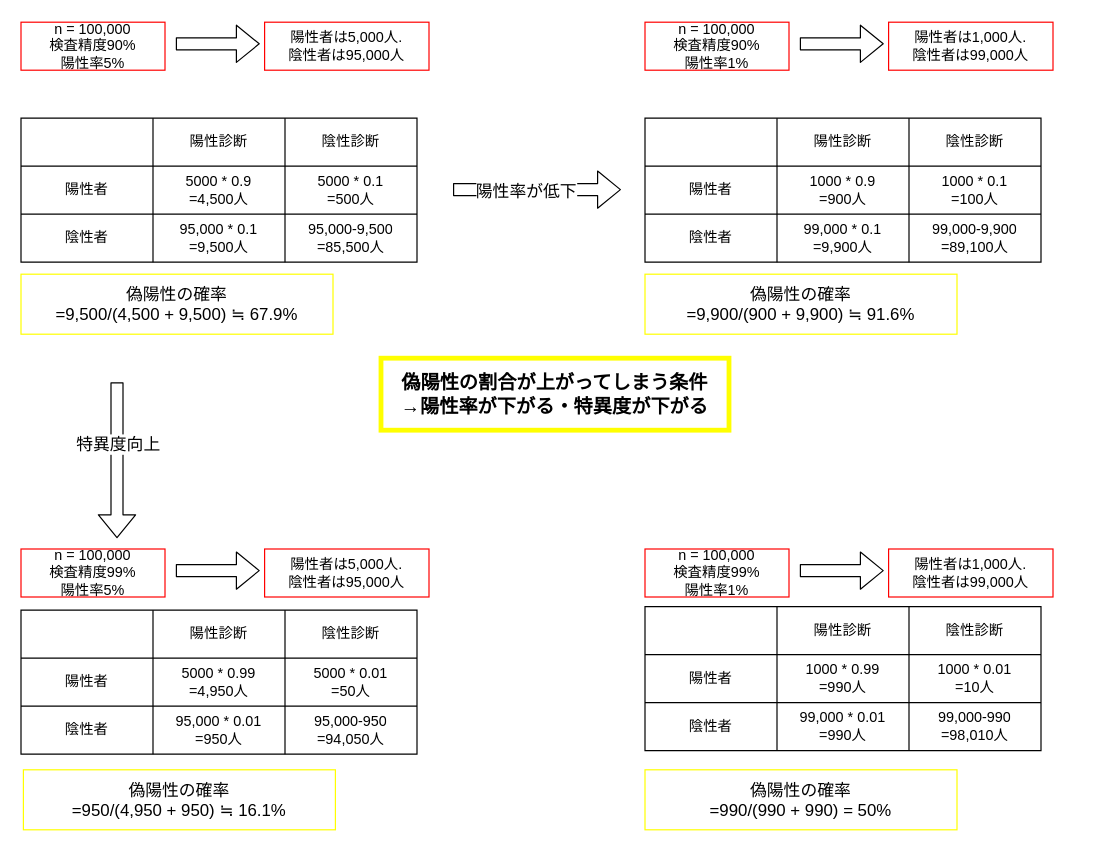
Earlier version of the draw.io diagram page "条件付き確率" (3 of 3) of graph.dio (I-Kouta/Python2). Source tidied: cells renumbered, new cells numbered last; positions are measured from the earlier drawing's top-left corner, leaving out a move shared by most shapes. Both pictures are drawn from the tidied source at 120%, with x=0, y=0 at pixel (20, 22).
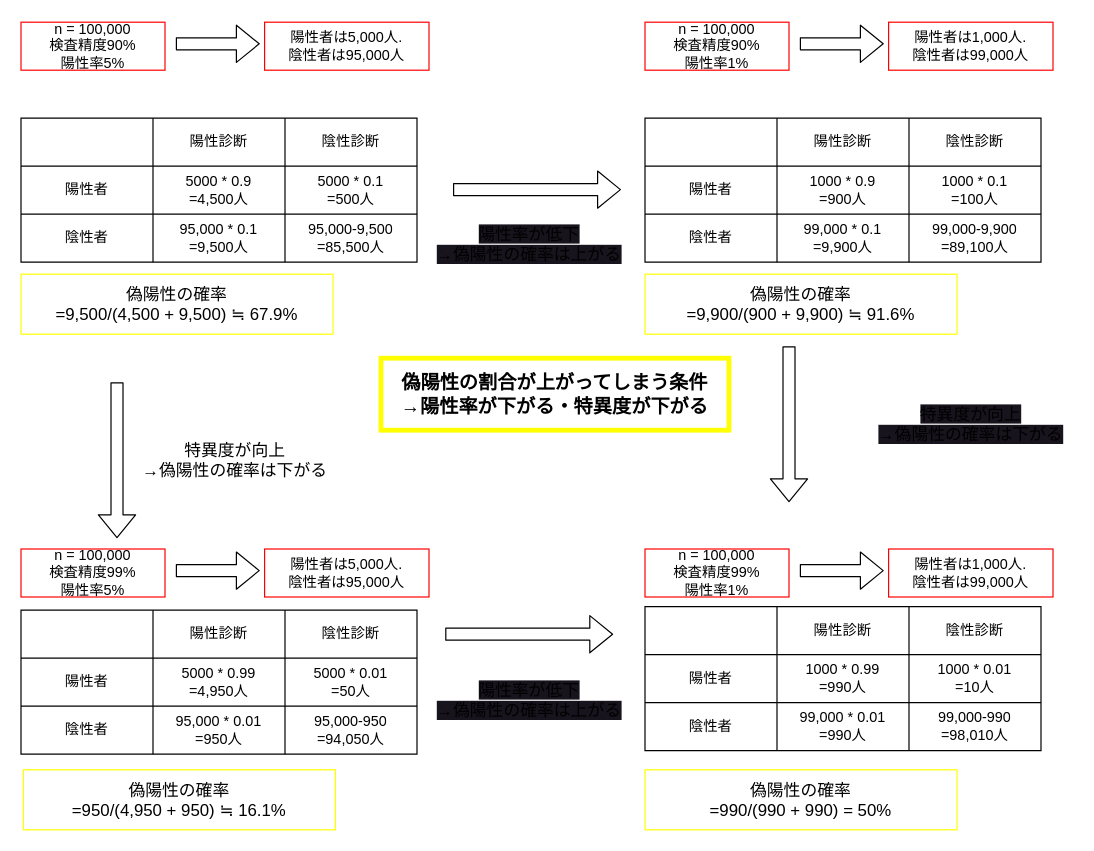
Above is the later version.

Commit message:
ER図文字更新

Unchanged cells that the change refers to:
```xml
<mxCell id="32" style="shape=flexArrow;endArrow=classic;html=1;fontSize=14;" parent="1" edge="1">
  <mxGeometry relative="1" as="geometry">
    <mxPoint x="360" y="139.5" as="sourcePoint" />
    <mxPoint x="500" y="139.5" as="targetPoint" />
  </mxGeometry>
</mxCell>
<mxCell id="38" style="shape=flexArrow;endArrow=classic;html=1;fontSize=14;" parent="1" edge="1">
  <mxGeometry relative="1" as="geometry">
    <mxPoint x="80" y="300" as="sourcePoint" />
    <mxPoint x="80" y="430" as="targetPoint" />
  </mxGeometry>
</mxCell>
```

What changed in the source:
```diff
@@
-    <mxCell id="33" value="陽性率が低下" style="edgeLabel;html=1;align=center;verticalAlign=middle;fontSize=14;" parent="32" vertex="1">
-      <mxGeometry x="0.21" relative="1" as="geometry">
-        <mxPoint x="-25" y="1" as="offset" />
-      </mxGeometry>
-    </mxCell>
@@
-    <mxCell id="39" value="特異度向上" style="edgeLabel;html=1;align=center;verticalAlign=middle;fontSize=14;" parent="38" vertex="1">
-      <mxGeometry x="0.21" relative="1" as="geometry">
-        <mxPoint y="-28" as="offset" />
-      </mxGeometry>
-    </mxCell>
@@
+    <mxCell id="75" value="&lt;span style=&quot;font-size: 14px;&quot;&gt;特異度が向上&lt;/span&gt;&lt;br style=&quot;font-size: 14px;&quot;&gt;&lt;span style=&quot;font-size: 14px;&quot;&gt;→偽陽性の確率は下がる&lt;/span&gt;" style="text;html=1;strokeColor=#FFFFFF;fillColor=none;align=center;verticalAlign=middle;whiteSpace=wrap;rounded=0;strokeWidth=4;" parent="1" vertex="1">
+      <mxGeometry x="95" y="340" width="167" height="50" as="geometry" />
+    </mxCell>
+    <mxCell id="76" value="&lt;span style=&quot;font-size: 14px; background-color: rgb(24, 20, 29);&quot;&gt;陽性率が低下&lt;/span&gt;&lt;br style=&quot;font-size: 14px;&quot;&gt;&lt;span style=&quot;font-size: 14px; background-color: rgb(24, 20, 29);&quot;&gt;→偽陽性の確率は上がる&lt;/span&gt;" style="text;html=1;strokeColor=#FFFFFF;fillColor=none;align=center;verticalAlign=middle;whiteSpace=wrap;rounded=0;strokeWidth=4;" parent="1" vertex="1">
+      <mxGeometry x="340" y="160" width="167" height="50" as="geometry" />
+    </mxCell>
+    <mxCell id="77" value="&lt;span style=&quot;font-size: 14px; background-color: rgb(24, 20, 29);&quot;&gt;特異度が向上&lt;/span&gt;&lt;br style=&quot;font-size: 14px;&quot;&gt;&lt;span style=&quot;font-size: 14px; background-color: rgb(24, 20, 29);&quot;&gt;→偽陽性の確率は下がる&lt;/span&gt;" style="text;html=1;strokeColor=#FFFFFF;fillColor=none;align=center;verticalAlign=middle;whiteSpace=wrap;rounded=0;strokeWidth=4;" parent="1" vertex="1">
+      <mxGeometry x="708" y="310" width="167" height="50" as="geometry" />
+    </mxCell>
+    <mxCell id="78" style="shape=flexArrow;endArrow=classic;html=1;fontSize=14;" parent="1" edge="1">
+      <mxGeometry relative="1" as="geometry">
+        <mxPoint x="640" y="270" as="sourcePoint" />
+        <mxPoint x="640" y="400" as="targetPoint" />
+      </mxGeometry>
+    </mxCell>
+    <mxCell id="79" style="shape=flexArrow;endArrow=classic;html=1;fontSize=14;" parent="1" edge="1">
+      <mxGeometry relative="1" as="geometry">
+        <mxPoint x="353.5" y="510" as="sourcePoint" />
+        <mxPoint x="493.5" y="510" as="targetPoint" />
+      </mxGeometry>
+    </mxCell>
+    <mxCell id="80" value="&lt;span style=&quot;font-size: 14px; background-color: rgb(24, 20, 29);&quot;&gt;陽性率が低下&lt;/span&gt;&lt;br style=&quot;font-size: 14px;&quot;&gt;&lt;span style=&quot;font-size: 14px; background-color: rgb(24, 20, 29);&quot;&gt;→偽陽性の確率は上がる&lt;/span&gt;" style="text;html=1;strokeColor=#FFFFFF;fillColor=none;align=center;verticalAlign=middle;whiteSpace=wrap;rounded=0;strokeWidth=4;" parent="1" vertex="1">
+      <mxGeometry x="340" y="540" width="167" height="50" as="geometry" />
+    </mxCell>
```
